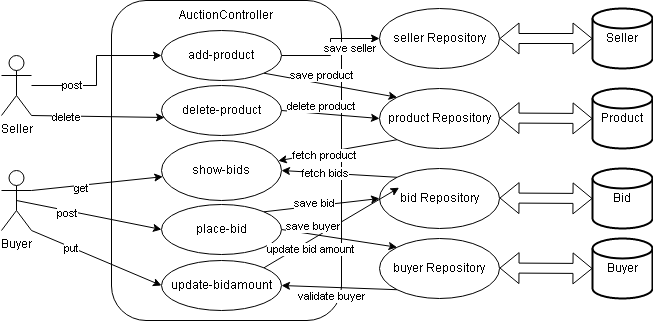
Above: eauction-backend.drawio.png in dsdebayan/eauction-backend (draw.io), before the change. Source tidied: cells renumbered, new cells last; positions are measured from the earlier drawing's top-left corner, leaving out a move shared by most shapes.
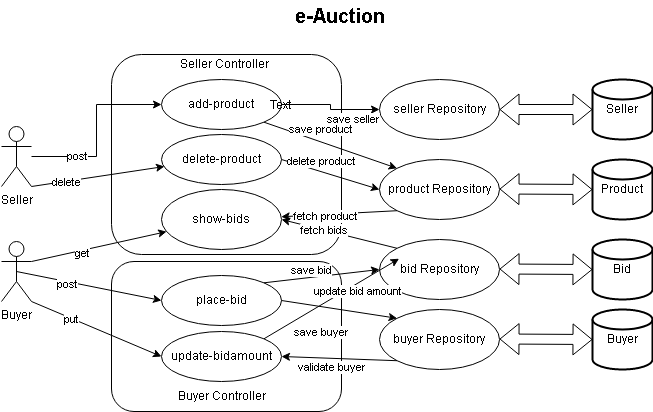
After the change.

The edit, as a diff of the source:
```diff
@@ -2,8 +2,11 @@
   <root>
     <mxCell id="0" />
     <mxCell id="1" parent="0" />
+    <mxCell id="51" style="rounded=1;whiteSpace=wrap;html=1;" parent="1" vertex="1">
+      <mxGeometry x="110" y="190" width="230" height="150" as="geometry" />
+    </mxCell>
     <mxCell id="2" style="rounded=1;whiteSpace=wrap;html=1;" parent="1" vertex="1">
-      <mxGeometry x="110" width="230" height="320" as="geometry" />
+      <mxGeometry x="110" y="-17" width="230" height="200" as="geometry" />
     </mxCell>
     <mxCell id="3" style="edgeStyle=orthogonalEdgeStyle;rounded=0;jettySize=auto;html=1;" parent="1" edge="1" source="5" target="10">
       <mxGeometry relative="1" as="geometry" />
@@ -17,8 +20,8 @@
     <mxCell id="6" value="seller Repository" style="ellipse;whiteSpace=wrap;html=1;" parent="1" vertex="1">
       <mxGeometry x="378" y="8" width="120" height="60" as="geometry" />
     </mxCell>
-    <mxCell id="7" value="AuctionController" style="text;html=1;strokeColor=none;fillColor=none;align=center;verticalAlign=middle;whiteSpace=wrap;rounded=0;" parent="1" vertex="1">
-      <mxGeometry x="195" width="60" height="30" as="geometry" />
+    <mxCell id="7" value="Seller Controller" style="text;html=1;strokeColor=none;fillColor=none;align=center;verticalAlign=middle;whiteSpace=wrap;rounded=0;" parent="1" vertex="1">
+      <mxGeometry x="176" y="-22" width="95" height="30" as="geometry" />
     </mxCell>
     <mxCell id="8" style="edgeStyle=orthogonalEdgeStyle;rounded=0;jettySize=auto;html=1;entryX=0;entryY=0.5;entryDx=0;entryDy=0;" parent="1" edge="1" source="10" target="6">
       <mxGeometry relative="1" as="geometry" />
@@ -29,7 +32,7 @@
       </mxGeometry>
     </mxCell>
     <mxCell id="10" value="add-product" style="ellipse;whiteSpace=wrap;html=1;" parent="1" vertex="1">
-      <mxGeometry x="160" y="30" width="120" height="50" as="geometry" />
+      <mxGeometry x="160" y="8" width="120" height="50" as="geometry" />
     </mxCell>
     <mxCell id="11" value="product Repository" style="ellipse;whiteSpace=wrap;html=1;" parent="1" vertex="1">
       <mxGeometry x="378" y="88" width="120" height="60" as="geometry" />
@@ -69,7 +72,7 @@
     </mxCell>
     <mxCell id="23" value="save bid" style="edgeLabel;html=1;align=center;verticalAlign=middle;" parent="22" vertex="1">
       <mxGeometry x="0.39" relative="1" as="geometry">
-        <mxPoint x="-30" as="offset" />
+        <mxPoint x="-33" y="-4" as="offset" />
       </mxGeometry>
     </mxCell>
     <mxCell id="24" value="update-bidamount" style="ellipse;whiteSpace=wrap;html=1;" parent="1" vertex="1">
@@ -96,11 +99,11 @@
     </mxCell>
     <mxCell id="30" value="update bid amount" style="edgeLabel;html=1;align=center;verticalAlign=middle;" parent="29" vertex="1">
       <mxGeometry x="-0.32" y="1" relative="1" as="geometry">
-        <mxPoint y="10" as="offset" />
+        <mxPoint x="47" y="-19" as="offset" />
       </mxGeometry>
     </mxCell>
     <mxCell id="31" value="show-bids" style="ellipse;whiteSpace=wrap;html=1;" parent="1" vertex="1">
-      <mxGeometry x="160" y="140" width="120" height="60" as="geometry" />
+      <mxGeometry x="160" y="118" width="120" height="60" as="geometry" />
     </mxCell>
     <mxCell id="32" style="endArrow=classic;html=1;rounded=0;exitX=1;exitY=0.3333333333333333;exitDx=0;exitDy=0;exitPerimeter=0;" parent="1" edge="1" source="15" target="31">
       <mxGeometry relative="1" as="geometry" />
@@ -139,7 +142,7 @@
       </mxGeometry>
     </mxCell>
     <mxCell id="42" value="delete-product" style="ellipse;whiteSpace=wrap;html=1;" parent="1" vertex="1">
-      <mxGeometry x="160" y="85" width="120" height="50" as="geometry" />
+      <mxGeometry x="160" y="63" width="120" height="50" as="geometry" />
     </mxCell>
     <mxCell id="43" style="endArrow=classic;html=1;rounded=0;entryX=0.025;entryY=0.64;entryDx=0;entryDy=0;entryPerimeter=0;exitX=1;exitY=1;exitDx=0;exitDy=0;exitPerimeter=0;" parent="1" edge="1" source="5" target="42">
       <mxGeometry relative="1" as="geometry" />
@@ -168,8 +171,17 @@
     </mxCell>
     <mxCell id="50" value="save buyer" style="edgeLabel;html=1;align=center;verticalAlign=middle;" parent="49" vertex="1">
       <mxGeometry x="-0.63" relative="1" as="geometry">
-        <mxPoint x="10" y="-7" as="offset" />
+        <mxPoint x="18" y="28" as="offset" />
       </mxGeometry>
     </mxCell>
+    <mxCell id="52" value="Buyer Controller" style="text;html=1;strokeColor=none;fillColor=none;align=center;verticalAlign=middle;whiteSpace=wrap;rounded=0;" parent="1" vertex="1">
+      <mxGeometry x="172.5" y="310" width="95" height="30" as="geometry" />
+    </mxCell>
+    <mxCell id="53" value="Text" style="text;html=1;strokeColor=none;fillColor=none;align=center;verticalAlign=middle;whiteSpace=wrap;rounded=0;" parent="1" vertex="1">
+      <mxGeometry x="249" y="19" width="60" height="30" as="geometry" />
+    </mxCell>
+    <mxCell id="54" value="&lt;b&gt;&lt;font style=&quot;font-size: 20px&quot;&gt;e-Auction&lt;/font&gt;&lt;/b&gt;" style="text;html=1;strokeColor=none;fillColor=none;align=center;verticalAlign=middle;whiteSpace=wrap;rounded=0;" parent="1" vertex="1">
+      <mxGeometry x="289" y="-71" width="100" height="30" as="geometry" />
+    </mxCell>
   </root>
 </mxGraphModel>
```
